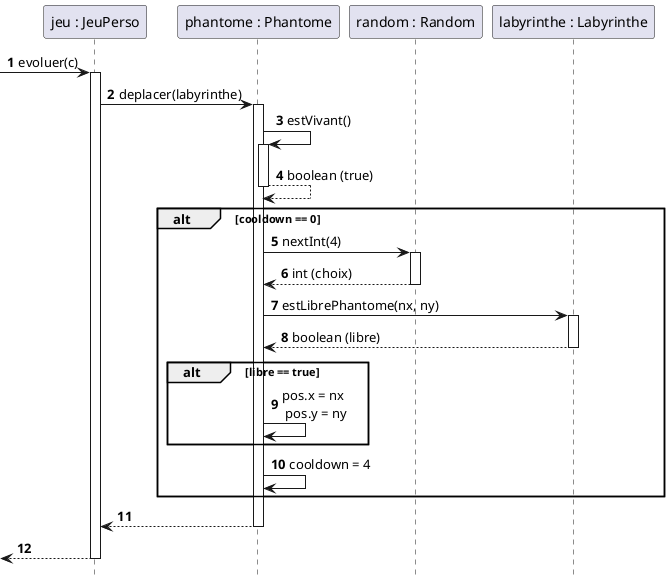
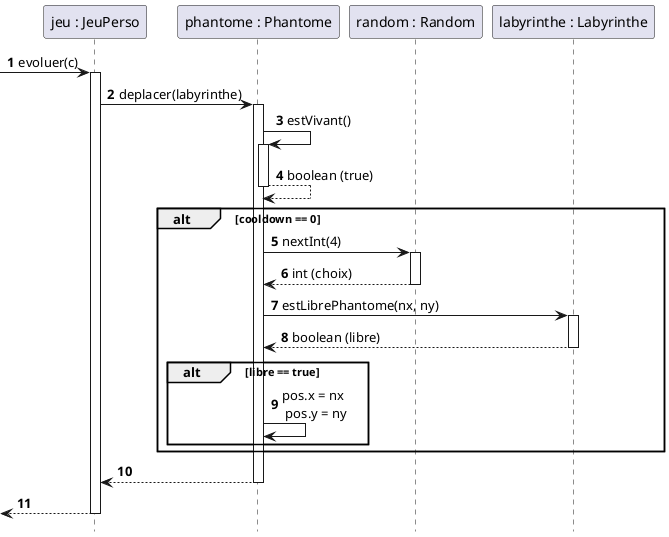
@startuml
autonumber
hide footbox

participant "jeu : JeuPerso" as jeu
participant "phantome : Phantome" as phantome
participant "random : Random" as random
participant "labyrinthe : Labyrinthe" as labyrinthe

-> jeu : evoluer(c)
activate jeu

jeu -> phantome : deplacer(labyrinthe)
activate phantome

phantome -> phantome : estVivant()
activate phantome
phantome --> phantome : boolean (true)
deactivate phantome

alt cooldown == 0
    phantome -> random : nextInt(4)
    activate random
    random --> phantome : int (choix)
    deactivate random

    phantome -> labyrinthe : estLibrePhantome(nx, ny)
    activate labyrinthe
    labyrinthe --> phantome : boolean (libre)
    deactivate labyrinthe

    alt libre == true
        phantome -> phantome : pos.x = nx \n pos.y = ny
    end

-     phantome -> phantome : cooldown = 4
+ 
end

jeu <-- phantome
deactivate phantome

<-- jeu
deactivate jeu
@enduml
